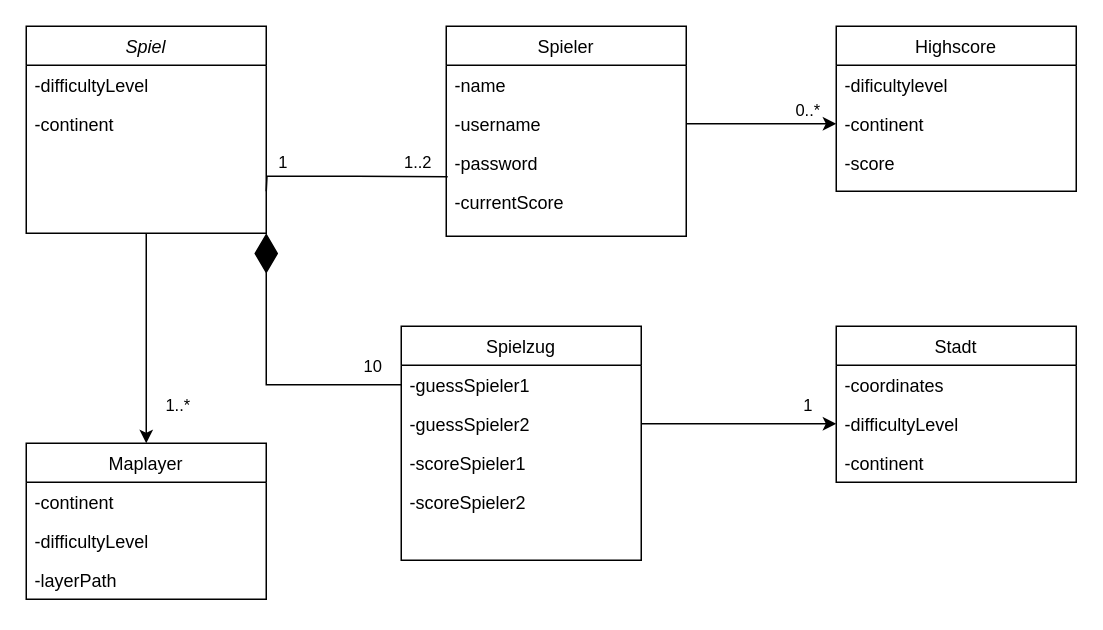
Above: Klassendiagramm.drawio in timonew/PaF (draw.io), before the change. Source tidied: cells renumbered, new cells numbered last; positions are measured from the earlier drawing's top-left corner, leaving out a move shared by most shapes. Both pictures are drawn from the tidied source at 150%, with x=0, y=0 at pixel (26, 26).
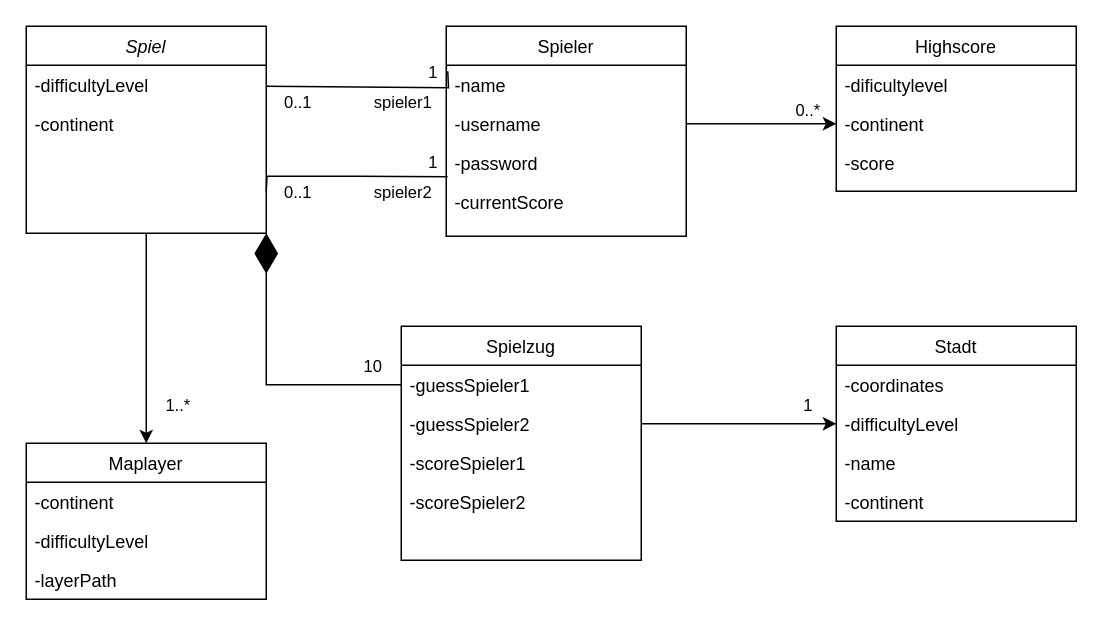
Above is the later version.

Unchanged cells that the change refers to:
```xml
<mxCell id="35" style="endArrow=none;html=1;edgeStyle=orthogonalEdgeStyle;rounded=0;entryX=0.006;entryY=0.862;entryDx=0;entryDy=0;entryPerimeter=0;" parent="1" edge="1" target="19">
  <mxGeometry relative="1" as="geometry">
    <mxPoint x="160" y="110" as="sourcePoint" />
  </mxGeometry>
</mxCell>
```

Diff of the diagram source:
```diff
@@
     <mxCell id="12" value="Stadt" style="swimlane;fontStyle=0;align=center;verticalAlign=top;horizontal=1;startSize=26;rounded=0;shadow=0;strokeWidth=1;" parent="1" vertex="1">
-      <mxGeometry x="540" y="200" width="160" height="104" as="geometry" />
+      <mxGeometry x="540" y="200" width="160" height="130" as="geometry" />
     </mxCell>
@@
+    <mxCell id="38" value="-name" style="text;align=left;verticalAlign=top;spacingLeft=4;spacingRight=4;overflow=hidden;" parent="12" vertex="1">
+      <mxGeometry y="78" width="160" height="26" as="geometry" />
+    </mxCell>
     <mxCell id="15" value="-continent" style="text;align=left;verticalAlign=top;spacingLeft=4;spacingRight=4;overflow=hidden;" parent="12" vertex="1">
-      <mxGeometry y="78" width="160" height="26" as="geometry" />
+      <mxGeometry y="104" width="160" height="26" as="geometry" />
     </mxCell>
@@
     <mxCell id="36" value="1" style="edgeLabel;html=1;align=center;verticalAlign=middle;" parent="35" vertex="1">
       <mxGeometry x="-0.97" y="2" relative="1" as="geometry">
-        <mxPoint x="12" y="-17" as="offset" />
+        <mxPoint x="112" y="-17" as="offset" />
       </mxGeometry>
     </mxCell>
-    <mxCell id="37" value="1..2" style="edgeLabel;html=1;align=center;verticalAlign=middle;" parent="35" vertex="1">
-      <mxGeometry x="0.55" y="2" relative="1" as="geometry">
-        <mxPoint x="9" y="-8" as="offset" />
-      </mxGeometry>
-    </mxCell>
+    <mxCell id="39" value="0..1" style="edgeLabel;html=1;align=center;verticalAlign=middle;" parent="35" vertex="1">
+      <mxGeometry x="0.57" y="2" relative="1" as="geometry">
+        <mxPoint x="-73" y="12" as="offset" />
+      </mxGeometry>
+    </mxCell>
+    <mxCell id="40" value="0..1" style="edgeLabel;html=1;align=center;verticalAlign=middle;" parent="35" vertex="1">
+      <mxGeometry x="0.57" y="2" relative="1" as="geometry">
+        <mxPoint x="-73" y="-48" as="offset" />
+      </mxGeometry>
+    </mxCell>
+    <mxCell id="41" style="endArrow=none;html=1;edgeStyle=orthogonalEdgeStyle;rounded=0;entryX=0.006;entryY=0.862;entryDx=0;entryDy=0;entryPerimeter=0;" parent="1" edge="1">
+      <mxGeometry relative="1" as="geometry">
+        <mxPoint x="160" y="40" as="sourcePoint" />
+        <mxPoint x="281" y="30" as="targetPoint" />
+      </mxGeometry>
+    </mxCell>
+    <mxCell id="42" value="1" style="edgeLabel;html=1;align=center;verticalAlign=middle;" parent="41" vertex="1">
+      <mxGeometry x="-0.97" y="2" relative="1" as="geometry">
+        <mxPoint x="108" y="-8" as="offset" />
+      </mxGeometry>
+    </mxCell>
+    <mxCell id="43" value="spieler1" style="edgeLabel;html=1;align=center;verticalAlign=middle;" parent="41" vertex="1">
+      <mxGeometry x="0.55" y="2" relative="1" as="geometry">
+        <mxPoint x="-12" y="11" as="offset" />
+      </mxGeometry>
+    </mxCell>
+    <mxCell id="44" value="spieler2" style="edgeLabel;html=1;align=center;verticalAlign=middle;" parent="41" vertex="1">
+      <mxGeometry x="0.55" y="2" relative="1" as="geometry">
+        <mxPoint x="-12" y="71" as="offset" />
+      </mxGeometry>
+    </mxCell>
```
